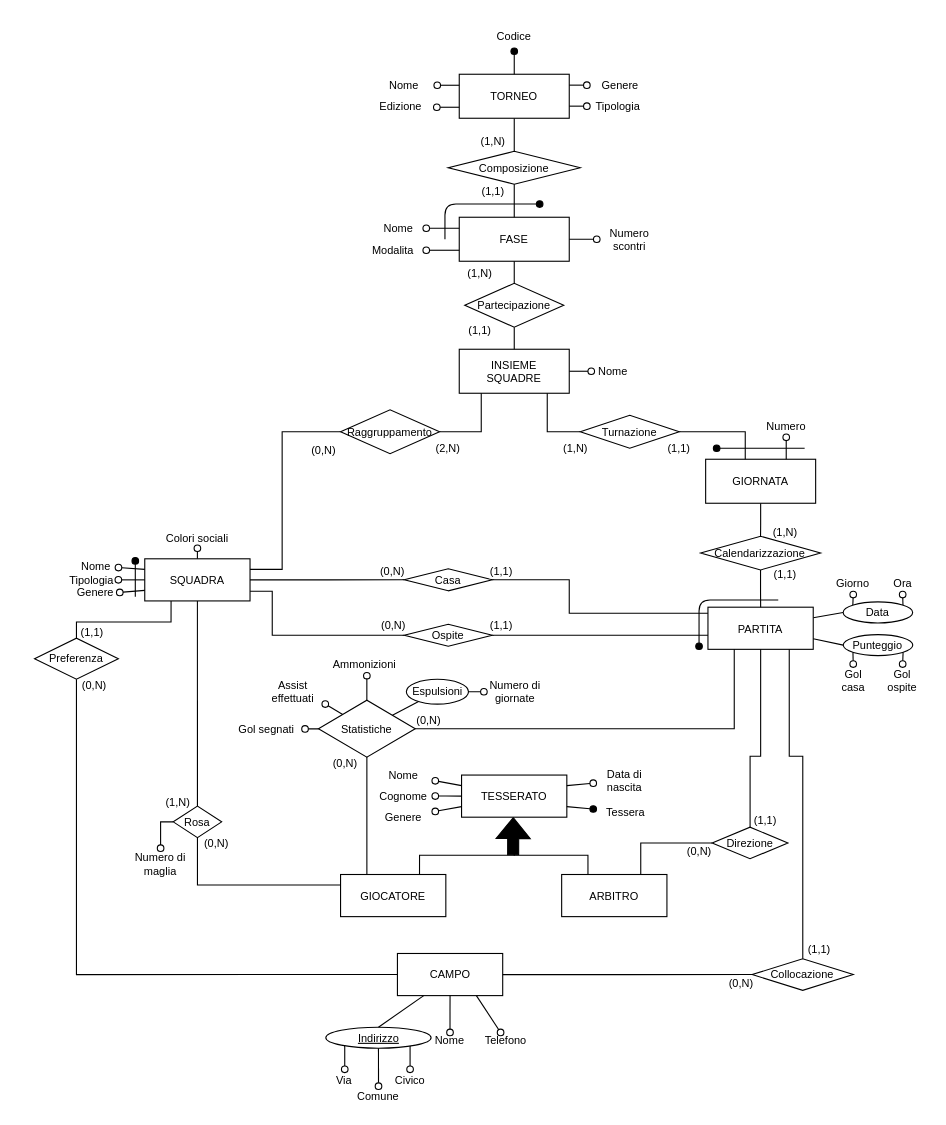
Earlier version of the draw.io diagram page "ER" (1 of 4) of bdsi-prog-2023.drawio (dichohnf/bdsi_2022-23). Source tidied: cells renumbered, new cells numbered last; positions are measured from the earlier drawing's top-left corner, leaving out a move shared by most shapes. Both pictures are drawn from the tidied source at 110%, with x=0, y=0 at pixel (34, 19).
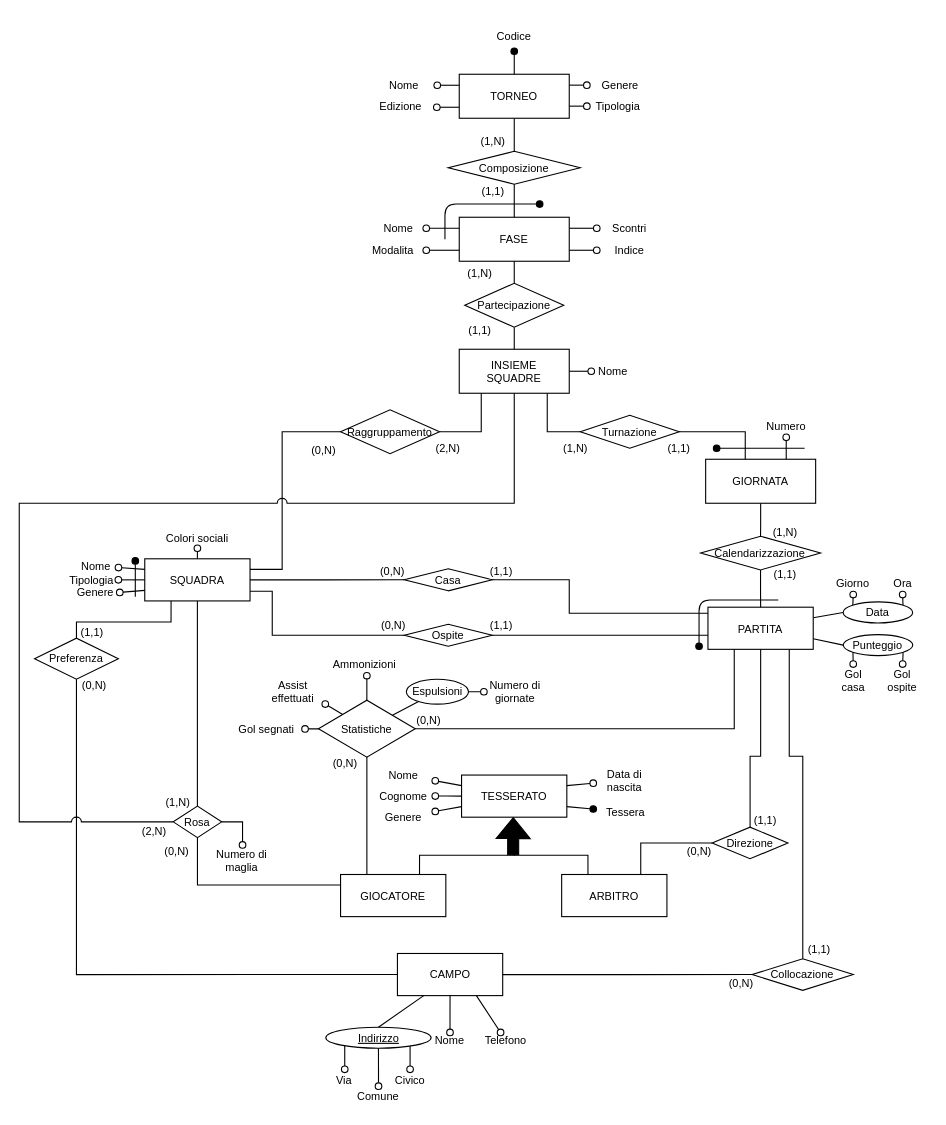
After the change.

Commit message (it also covers changes not shown here):
Correzione Rosa, aggiunta Classifica, Espulsione

The change refers to these unchanged cells:
```xml
<mxCell id="17" value="FASE" style="whiteSpace=wrap;html=1;align=center;fontSize=10;" parent="1" vertex="1">
  <mxGeometry x="386" y="180" width="100" height="40" as="geometry" />
</mxCell>
<mxCell id="21" value="INSIEME&lt;br style=&quot;font-size: 10px;&quot;&gt;SQUADRE" style="whiteSpace=wrap;html=1;align=center;fontFamily=Helvetica;fontSize=10;fontColor=default;" parent="1" vertex="1">
  <mxGeometry x="386" y="300" width="100" height="40" as="geometry" />
</mxCell>
<mxCell id="54" value="SQUADRA" style="whiteSpace=wrap;html=1;align=center;fontFamily=Helvetica;fontSize=10;fontColor=default;" parent="53" vertex="1">
  <mxGeometry x="67" width="95.7" height="38.3" as="geometry" />
</mxCell>
```

What changed in the source:
```diff
@@
     <mxCell id="3" style="rounded=0;orthogonalLoop=1;jettySize=auto;html=1;exitX=0;exitY=1;exitDx=0;exitDy=0;entryX=0.5;entryY=0;entryDx=0;entryDy=0;startArrow=none;startFill=0;endArrow=oval;endFill=0;" parent="1" edge="1">
       <mxGeometry relative="1" as="geometry">
-        <mxPoint x="773.2" y="687.1" as="sourcePoint" />
+        <mxPoint x="749.2" y="687.1" as="sourcePoint" />
       </mxGeometry>
     </mxCell>
     <mxCell id="4" style="rounded=0;orthogonalLoop=1;jettySize=auto;html=1;exitX=1;exitY=1;exitDx=0;exitDy=0;entryX=0.5;entryY=0;entryDx=0;entryDy=0;startArrow=none;startFill=0;endArrow=oval;endFill=0;" parent="1" edge="1">
       <mxGeometry relative="1" as="geometry">
-        <mxPoint x="819.8" y="687.1" as="sourcePoint" />
+        <mxPoint x="795.8" y="687.1" as="sourcePoint" />
       </mxGeometry>
     </mxCell>
@@
-    <mxCell id="102" style="group;fontSize=10;" parent="1" vertex="1">
-      <mxGeometry x="85.8" y="715.3" width="91.9" height="67" as="geometry" />
-    </mxCell>
-    <mxCell id="103" value="Rosa" style="shape=rhombus;perimeter=rhombusPerimeter;whiteSpace=wrap;html=1;align=center;rotation=0;direction=south;rounded=0;fontSize=10;" parent="102" vertex="1">
-      <mxGeometry x="40.2" width="44" height="28.7" as="geometry" />
-    </mxCell>
-    <mxCell id="104" value="&lt;font style=&quot;font-size: 10px;&quot;&gt;Numero di maglia&lt;/font&gt;" style="text;strokeColor=none;align=center;fillColor=none;html=1;verticalAlign=middle;whiteSpace=wrap;rounded=0;fontSize=10;fontFamily=Helvetica;fontColor=default;" parent="102" vertex="1">
-      <mxGeometry y="38.3" width="57.4" height="28.7" as="geometry" />
-    </mxCell>
-    <mxCell id="105" style="edgeStyle=orthogonalEdgeStyle;shape=connector;rounded=0;jettySize=auto;html=1;exitX=0.5;exitY=1;exitDx=0;exitDy=0;entryX=0.5;entryY=0;entryDx=0;entryDy=0;labelBackgroundColor=default;strokeColor=default;fontFamily=Helvetica;fontSize=10;fontColor=default;endArrow=oval;endFill=0;startArrow=none;startFill=0;" parent="102" edge="1" source="103" target="104">
-      <mxGeometry relative="1" as="geometry" />
-    </mxCell>
-    <mxCell id="106" value="&lt;div style=&quot;font-size: 10px;&quot;&gt;&lt;font style=&quot;font-size: 10px;&quot;&gt;(0,N)&lt;/font&gt;&lt;/div&gt;" style="edgeLabel;html=1;align=center;verticalAlign=middle;fontSize=10;fontFamily=Helvetica;fontColor=default;" parent="102" vertex="1">
-      <mxGeometry x="78.5" y="33.5" as="geometry" />
-    </mxCell>
-    <mxCell id="107" value="&lt;div style=&quot;font-size: 10px;&quot;&gt;&lt;font style=&quot;font-size: 10px;&quot;&gt;(1,N)&lt;/font&gt;&lt;/div&gt;" style="edgeLabel;html=1;align=center;verticalAlign=middle;fontSize=10;fontFamily=Helvetica;fontColor=default;" parent="102" vertex="1">
-      <mxGeometry x="43.1" y="-3.8" as="geometry">
-        <mxPoint x="1" as="offset" />
-      </mxGeometry>
-    </mxCell>
-    <mxCell id="108" style="edgeStyle=orthogonalEdgeStyle;shape=connector;rounded=0;jettySize=auto;html=1;labelBackgroundColor=default;strokeColor=default;fontFamily=Helvetica;fontSize=10;fontColor=default;endArrow=none;endFill=0;entryX=0.5;entryY=1;entryDx=0;entryDy=0;exitX=0;exitY=0.5;exitDx=0;exitDy=0;" parent="1" edge="1" source="103" target="54">
+    <mxCell id="108" style="edgeStyle=orthogonalEdgeStyle;shape=connector;rounded=0;jettySize=auto;html=1;labelBackgroundColor=default;strokeColor=default;fontFamily=Helvetica;fontSize=10;fontColor=default;endArrow=none;endFill=0;entryX=0.5;entryY=1;entryDx=0;entryDy=0;" parent="1" edge="1" source="103" target="54">
       <mxGeometry relative="1" as="geometry" />
     </mxCell>
@@
     <mxCell id="151" style="edgeStyle=orthogonalEdgeStyle;rounded=0;jettySize=auto;html=1;elbow=vertical;endArrow=oval;endFill=0;fontSize=10;" parent="1" edge="1" source="17" target="152">
-      <mxGeometry relative="1" as="geometry" />
+      <mxGeometry relative="1" as="geometry">
+        <Array as="points">
+          <mxPoint x="502" y="190" />
+          <mxPoint x="502" y="190" />
+        </Array>
+      </mxGeometry>
     </mxCell>
-    <mxCell id="152" value="&lt;div style=&quot;font-size: 10px;&quot;&gt;&lt;font style=&quot;font-size: 10px;&quot;&gt;Numero scontri&lt;/font&gt;&lt;/div&gt;" style="text;strokeColor=none;align=center;fillColor=none;html=1;verticalAlign=middle;whiteSpace=wrap;rounded=0;fontSize=10;" parent="1" vertex="1">
-      <mxGeometry x="511" y="185" width="60" height="30" as="geometry" />
+    <mxCell id="152" value="&lt;div style=&quot;font-size: 10px;&quot;&gt;&lt;font style=&quot;font-size: 10px;&quot;&gt;Scontri&lt;/font&gt;&lt;/div&gt;" style="text;strokeColor=none;align=center;fillColor=none;html=1;verticalAlign=middle;whiteSpace=wrap;rounded=0;fontSize=10;" parent="1" vertex="1">
+      <mxGeometry x="511" y="175" width="60" height="30" as="geometry" />
     </mxCell>
@@
+    <mxCell id="168" style="edgeStyle=orthogonalEdgeStyle;rounded=0;jettySize=auto;html=1;startArrow=none;startFill=0;endArrow=none;endFill=0;shadow=0;strokeColor=default;jumpStyle=arc;jumpSize=9;" parent="1" edge="1" source="103" target="21">
+      <mxGeometry relative="1" as="geometry">
+        <Array as="points">
+          <mxPoint x="-14" y="730" />
+          <mxPoint x="-14" y="440" />
+          <mxPoint x="436" y="440" />
+        </Array>
+      </mxGeometry>
+    </mxCell>
+    <mxCell id="103" value="Rosa" style="shape=rhombus;perimeter=rhombusPerimeter;whiteSpace=wrap;html=1;align=center;rotation=0;direction=south;rounded=0;fontSize=10;" parent="1" vertex="1">
+      <mxGeometry x="126" y="715.3" width="44" height="28.7" as="geometry" />
+    </mxCell>
+    <mxCell id="104" value="&lt;font style=&quot;font-size: 10px;&quot;&gt;Numero di maglia&lt;/font&gt;" style="text;strokeColor=none;align=center;fillColor=none;html=1;verticalAlign=middle;whiteSpace=wrap;rounded=0;fontSize=10;fontFamily=Helvetica;fontColor=default;" parent="1" vertex="1">
+      <mxGeometry x="159.8" y="750.6" width="57.4" height="28.7" as="geometry" />
+    </mxCell>
+    <mxCell id="105" style="edgeStyle=orthogonalEdgeStyle;shape=connector;rounded=0;jettySize=auto;html=1;labelBackgroundColor=default;strokeColor=default;fontFamily=Helvetica;fontSize=10;fontColor=default;endArrow=oval;endFill=0;startArrow=none;startFill=0;" parent="1" edge="1" source="103" target="104">
+      <mxGeometry relative="1" as="geometry">
+        <Array as="points">
+          <mxPoint x="189" y="730" />
+        </Array>
+      </mxGeometry>
+    </mxCell>
+    <mxCell id="106" value="&lt;div style=&quot;font-size: 10px;&quot;&gt;&lt;font style=&quot;font-size: 10px;&quot;&gt;(0,N)&lt;/font&gt;&lt;/div&gt;" style="edgeLabel;html=1;align=center;verticalAlign=middle;fontSize=10;fontFamily=Helvetica;fontColor=default;" parent="1" vertex="1">
+      <mxGeometry x="128.8" y="755.5" as="geometry" />
+    </mxCell>
+    <mxCell id="107" value="&lt;div style=&quot;font-size: 10px;&quot;&gt;&lt;font style=&quot;font-size: 10px;&quot;&gt;(1,N)&lt;/font&gt;&lt;/div&gt;" style="edgeLabel;html=1;align=center;verticalAlign=middle;fontSize=10;fontFamily=Helvetica;fontColor=default;" parent="1" vertex="1">
+      <mxGeometry x="128.8" y="711.5" as="geometry">
+        <mxPoint x="1" as="offset" />
+      </mxGeometry>
+    </mxCell>
+    <mxCell id="169" value="&lt;font style=&quot;font-size: 10px;&quot;&gt;(2,N)&lt;/font&gt;" style="text;strokeColor=none;align=center;fillColor=none;html=1;verticalAlign=middle;whiteSpace=wrap;rounded=0;fontSize=10;" parent="1" vertex="1">
+      <mxGeometry x="91.5" y="729.8" width="33.5" height="16.8" as="geometry" />
+    </mxCell>
+    <mxCell id="170" style="edgeStyle=orthogonalEdgeStyle;rounded=0;jettySize=auto;html=1;elbow=vertical;endArrow=oval;endFill=0;fontSize=10;" parent="1" edge="1" source="17" target="171">
+      <mxGeometry relative="1" as="geometry">
+        <Array as="points">
+          <mxPoint x="502" y="210" />
+          <mxPoint x="502" y="210" />
+        </Array>
+      </mxGeometry>
+    </mxCell>
+    <mxCell id="171" value="&lt;div style=&quot;font-size: 10px;&quot;&gt;&lt;font style=&quot;font-size: 10px;&quot;&gt;Indice&lt;/font&gt;&lt;/div&gt;" style="text;strokeColor=none;align=center;fillColor=none;html=1;verticalAlign=middle;whiteSpace=wrap;rounded=0;fontSize=10;" parent="1" vertex="1">
+      <mxGeometry x="511" y="195" width="60" height="30" as="geometry" />
+    </mxCell>
```
